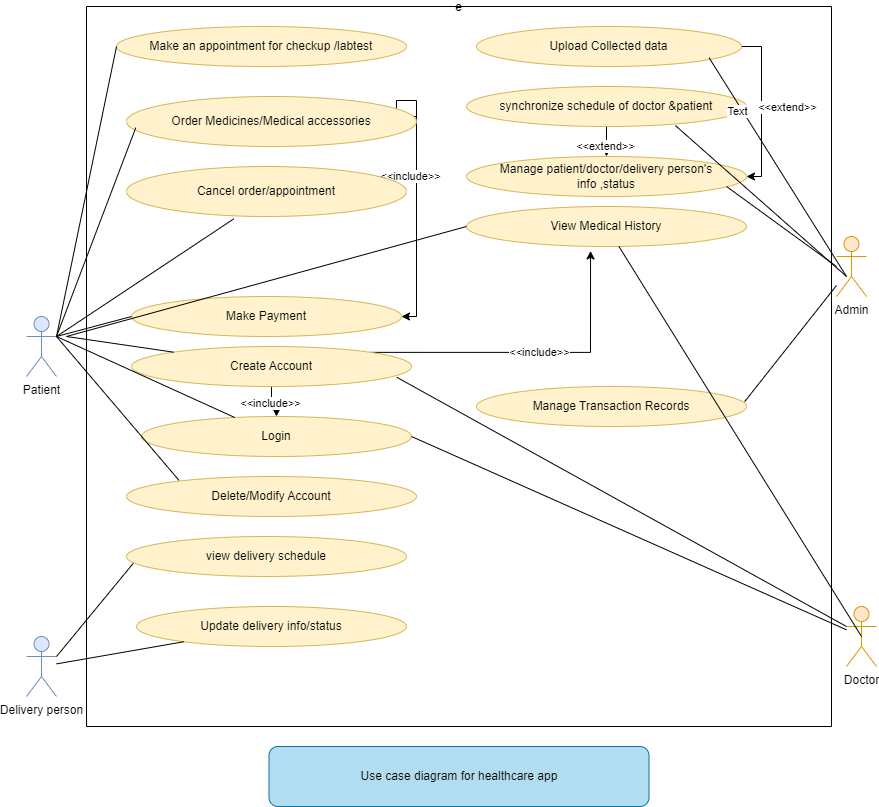
The draw.io diagram medtech_maven_usecase_diagram.png in TRISHAHALDER/Medtech_Maven_usecase_diagram, before a commit. Source tidied: cells renumbered, new cells last; positions are measured from the earlier drawing's top-left corner, leaving out a move shared by most shapes.
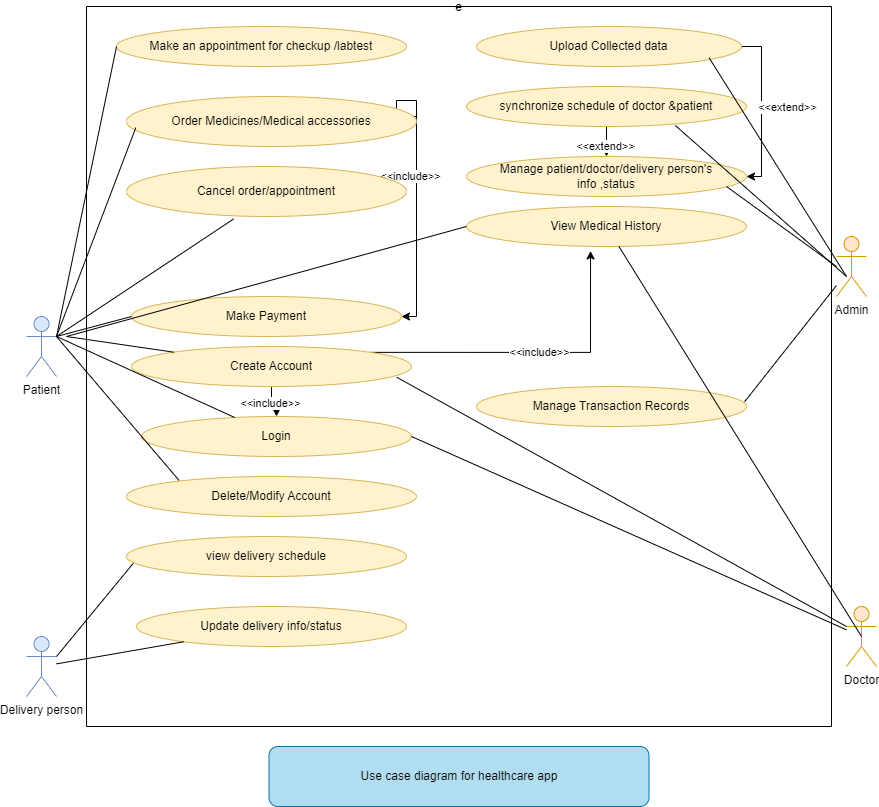
Above is the later version.

Diff of the diagram source:
```diff
@@ -144,11 +144,6 @@
         <mxPoint x="820" y="270" as="targetPoint" />
       </mxGeometry>
     </mxCell>
-    <mxCell id="42" value="Text" style="edgeLabel;html=1;align=center;verticalAlign=middle;" parent="41" vertex="1">
-      <mxGeometry x="-0.54" y="-4" relative="1" as="geometry">
-        <mxPoint x="-1" as="offset" />
-      </mxGeometry>
-    </mxCell>
     <mxCell id="43" value="Admin" style="shape=umlActor;verticalLabelPosition=bottom;verticalAlign=top;html=1;outlineConnect=0;fillColor=#ffe6cc;strokeColor=#d79b00;" parent="1" vertex="1">
       <mxGeometry x="810" y="230" width="30" height="60" as="geometry" />
     </mxCell>
```
